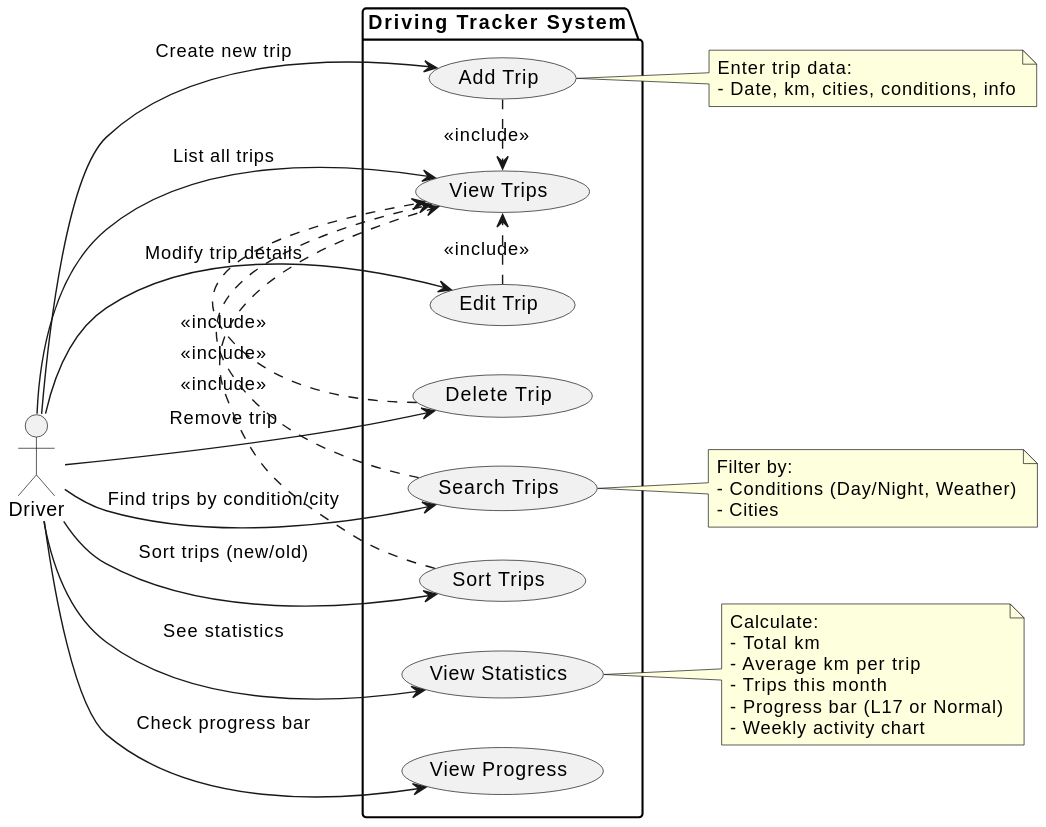
This is images/useCase.svg from JBrunnerhtl/Driving_Tracker_Java_Docs, a PlantUML export, as it was before one commit. Its source is kept beside it as useCase.puml.
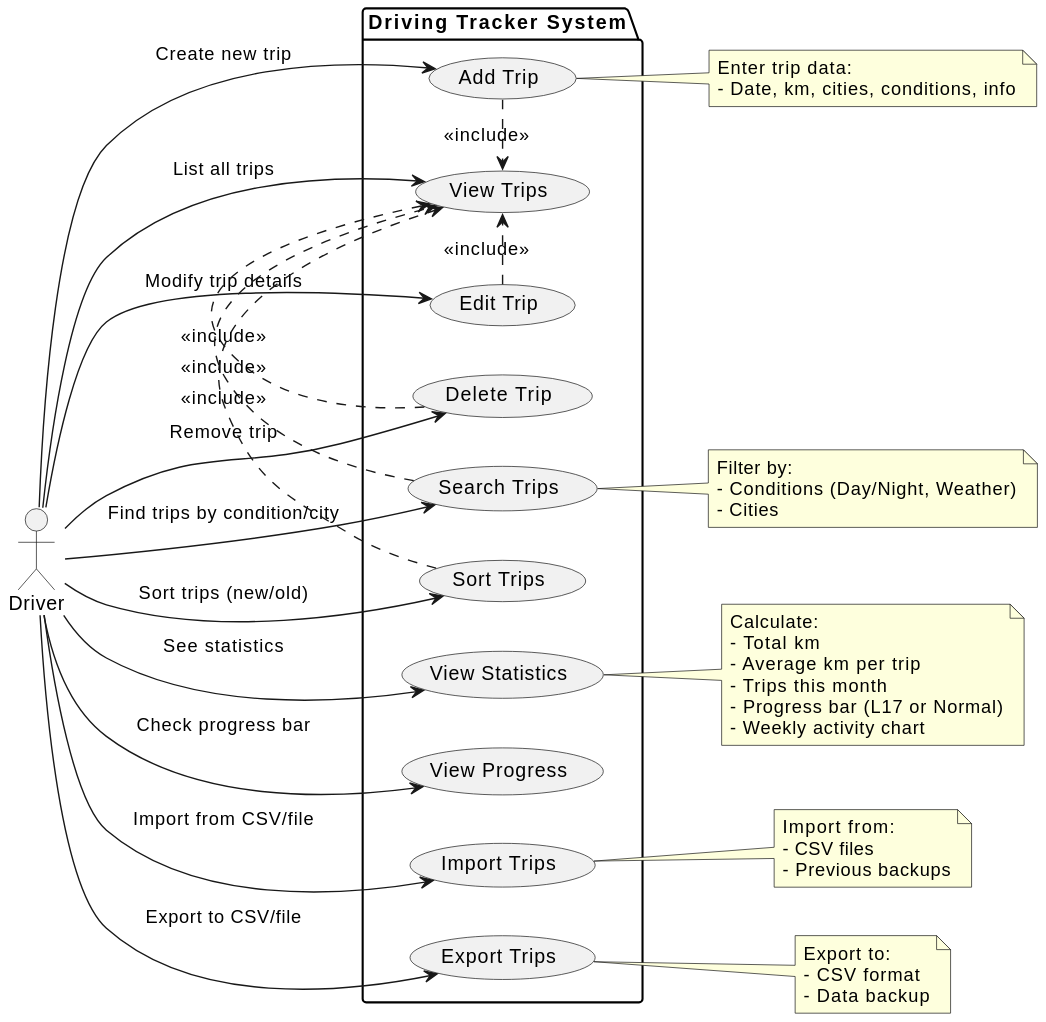
The same file after the commit.

Diff of the diagram source:
```diff
@@ -13,6 +13,8 @@
     usecase UC6 as "Sort Trips"
     usecase UC7 as "View Statistics"
     usecase UC8 as "View Progress"
+    usecase UC9 as "Import Trips"
+    usecase UC10 as "Export Trips"
 }
 
 Driver --> UC1 : Create new trip
@@ -23,6 +25,8 @@
 Driver --> UC6 : Sort trips (new/old)
 Driver --> UC7 : See statistics
 Driver --> UC8 : Check progress bar
+Driver --> UC9 : Import from CSV/file
+Driver --> UC10 : Export to CSV/file
 
 UC1 .> UC4 : <<include>>
 UC2 .> UC4 : <<include>>
@@ -50,4 +54,16 @@
   - Weekly activity chart
 end note
 
+note right of UC9
+  Import from:
+  - CSV files
+  - Previous backups
+end note
+
+note right of UC10
+  Export to:
+  - CSV format
+  - Data backup
+end note
+
 @enduml
```
